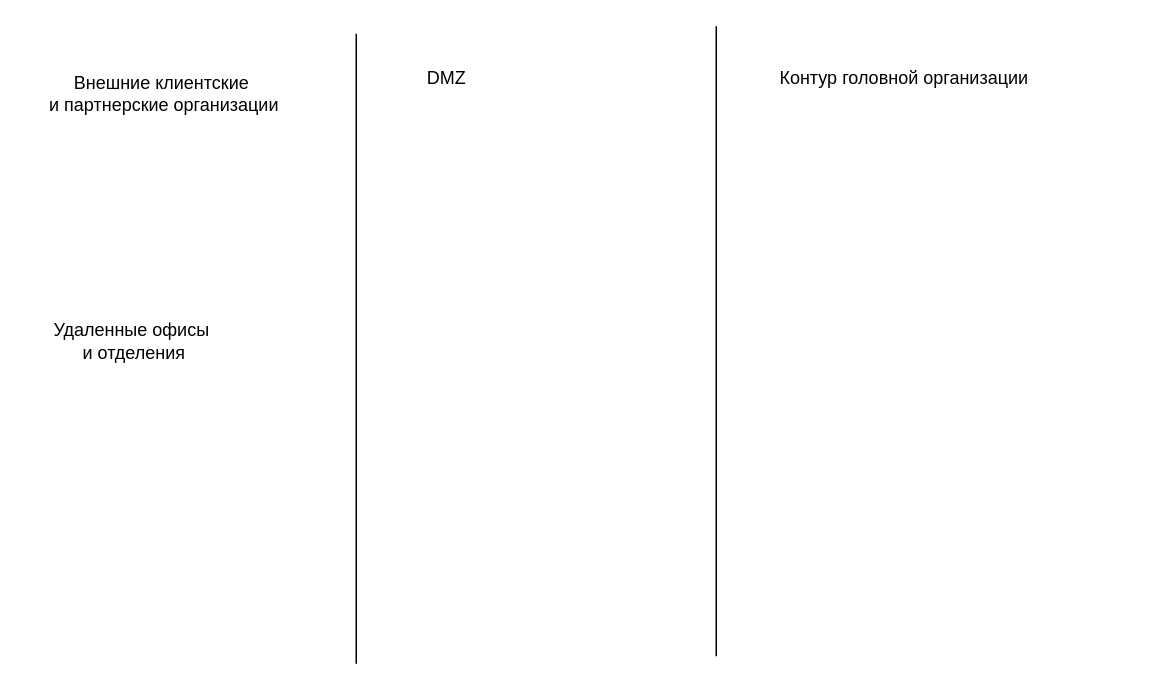
This is FileTransfer.drawio from albert-haliulov/file-transfer, a draw.io file, before an edit. Source tidied: cells renumbered, new cells numbered last; positions are measured from the earlier drawing's top-left corner, leaving out a move shared by most shapes. Both pictures are drawn from the tidied source at 150%, with x=0, y=0 at pixel (26, 26).
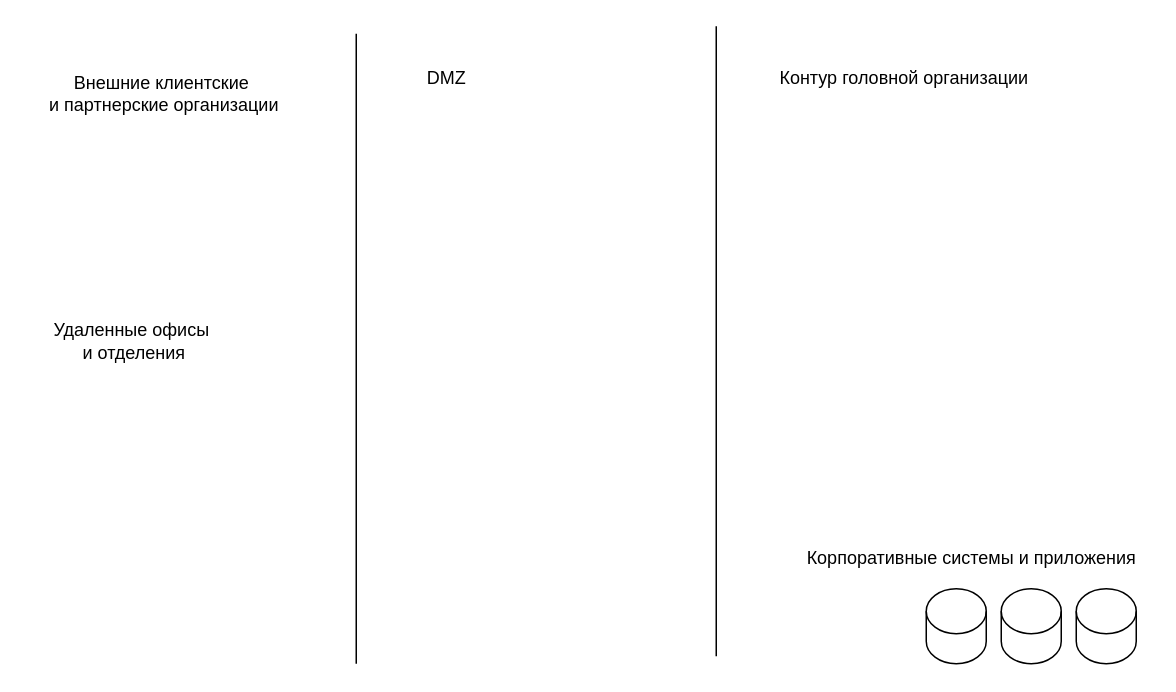
The same page after the edit.

The edit, as a diff of the source:
```diff
@@
 <mxGraphModel>
   <root>
     <mxCell id="0" />
     <mxCell id="1" parent="0" />
     <mxCell id="2" value="Внешние клиентские&lt;br&gt;&amp;nbsp;и партнерские организации" style="text;html=1;align=center;verticalAlign=middle;" parent="1" vertex="1">
       <mxGeometry y="30" width="180" height="30" as="geometry" />
     </mxCell>
     <mxCell id="3" value="Удаленные офисы&lt;br&gt;&amp;nbsp;и отделения" style="text;html=1;align=center;verticalAlign=middle;" parent="1" vertex="1">
       <mxGeometry x="10" y="195" width="120" height="30" as="geometry" />
     </mxCell>
     <mxCell id="4" value="DMZ" style="text;html=1;align=center;verticalAlign=middle;" parent="1" vertex="1">
       <mxGeometry x="260" y="25" width="40" height="20" as="geometry" />
     </mxCell>
     <mxCell id="5" value="Контур головной организации" style="text;html=1;align=center;verticalAlign=middle;" parent="1" vertex="1">
       <mxGeometry x="490" y="25" width="190" height="20" as="geometry" />
     </mxCell>
     <mxCell id="6" style="endArrow=none;html=1;" parent="1" edge="1">
       <mxGeometry relative="1" as="geometry">
         <mxPoint x="220" y="425" as="sourcePoint" />
         <mxPoint x="220" y="5" as="targetPoint" />
       </mxGeometry>
     </mxCell>
     <mxCell id="7" style="endArrow=none;html=1;" parent="1" edge="1">
       <mxGeometry relative="1" as="geometry">
         <mxPoint x="460" y="420" as="sourcePoint" />
         <mxPoint x="460" as="targetPoint" />
       </mxGeometry>
     </mxCell>
+    <mxCell id="8" value="Корпоративные системы и приложения" style="text;html=1;align=center;verticalAlign=middle;" parent="1" vertex="1">
+      <mxGeometry x="510" y="345" width="240" height="20" as="geometry" />
+    </mxCell>
+    <mxCell id="9" style="shape=cylinder3;whiteSpace=wrap;html=1;boundedLbl=1;backgroundOutline=1;size=15;" parent="1" vertex="1">
+      <mxGeometry x="600" y="375" width="40" height="50" as="geometry" />
+    </mxCell>
+    <mxCell id="10" style="shape=cylinder3;whiteSpace=wrap;html=1;boundedLbl=1;backgroundOutline=1;size=15;" parent="1" vertex="1">
+      <mxGeometry x="700" y="375" width="40" height="50" as="geometry" />
+    </mxCell>
+    <mxCell id="11" style="shape=cylinder3;whiteSpace=wrap;html=1;boundedLbl=1;backgroundOutline=1;size=15;" parent="1" vertex="1">
+      <mxGeometry x="650" y="375" width="40" height="50" as="geometry" />
+    </mxCell>
   </root>
 </mxGraphModel>
```
